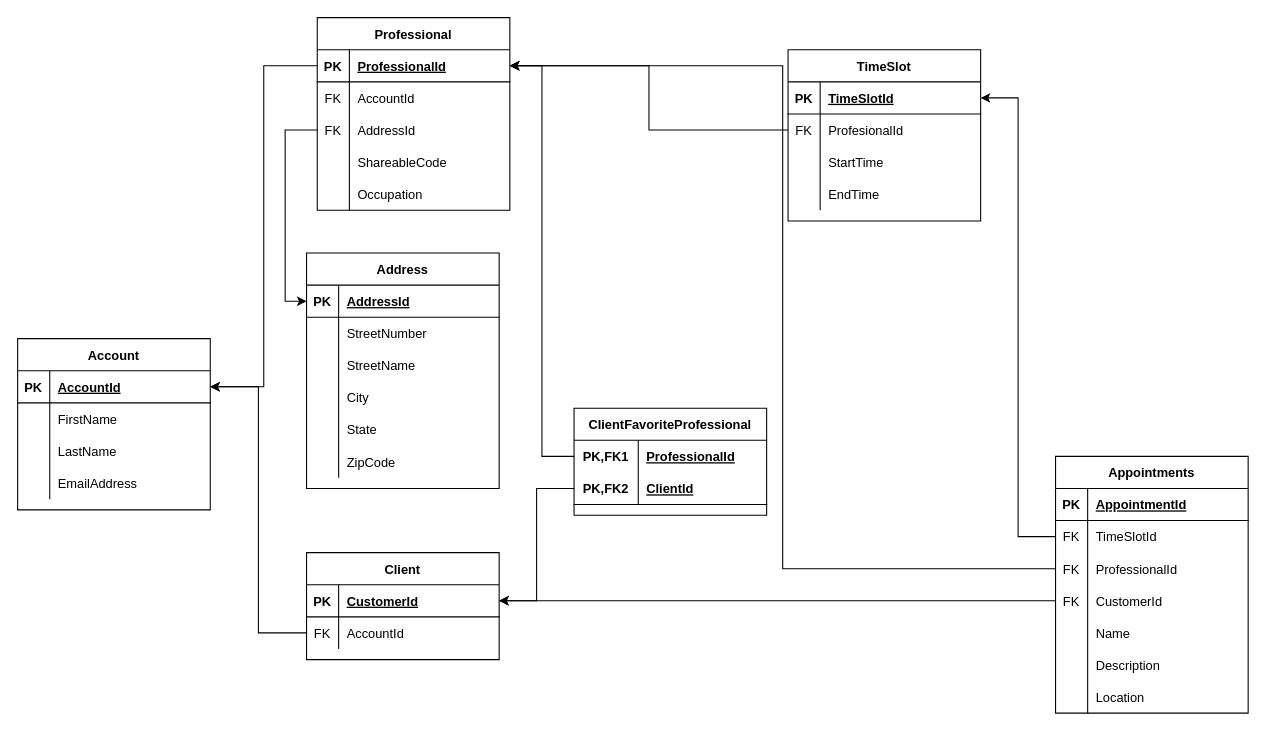
jeremiahbrandt/Appointment-Scheduler-UML keeps this draw.io diagram as Database.drawio. Above is the earlier version. Source tidied: cells renumbered, new cells numbered last; positions are measured from the earlier drawing's top-left corner, leaving out a move shared by most shapes. Both pictures are drawn from the tidied source at 107%, with x=0, y=0 at pixel (17, 17).
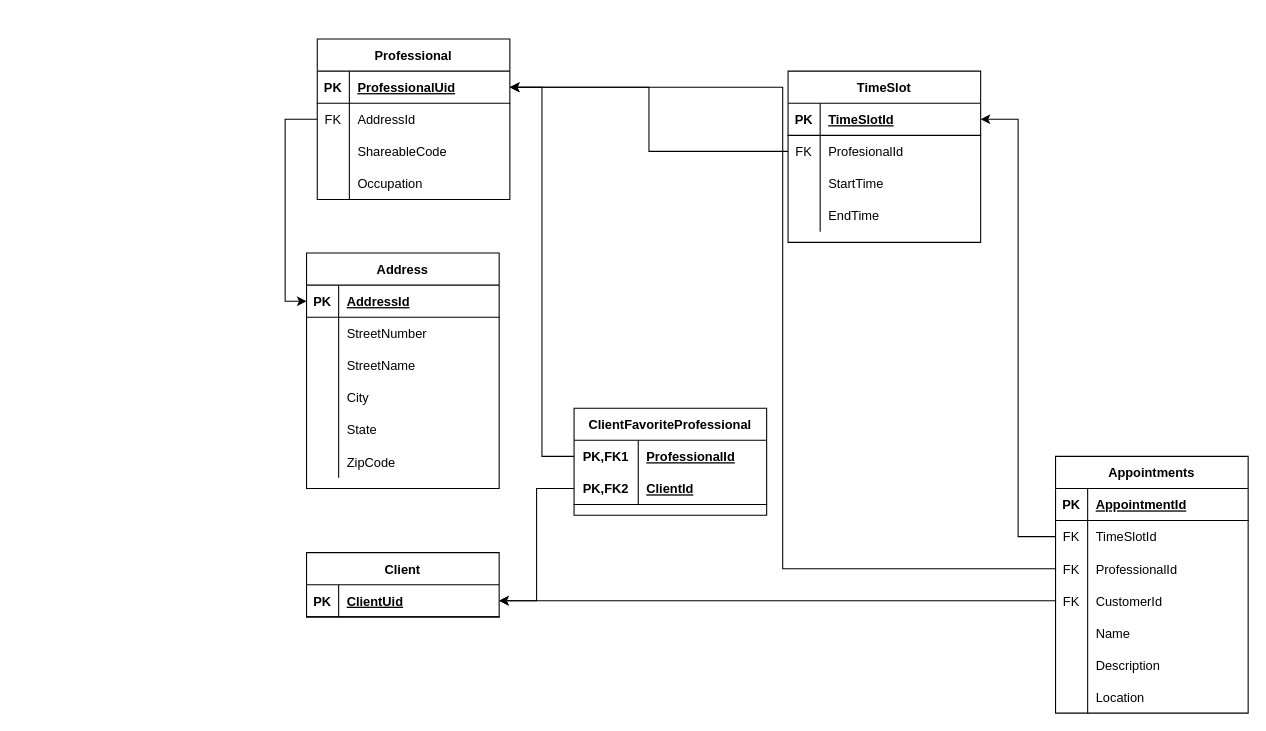
The same page after the edit.

Commit message:
Updated database diagram

The change refers to these unchanged cells:
```xml
<mxCell id="39" style="shape=partialRectangle;fillColor=none;top=0;left=0;bottom=1;right=0;points=[[0,0.5],[1,0.5]];portConstraint=eastwest;" parent="38" vertex="1">
  <mxGeometry y="30" width="180" height="30" as="geometry" />
</mxCell>
<mxCell id="47" style="shape=partialRectangle;fillColor=none;top=0;left=0;bottom=1;right=0;points=[[0,0.5],[1,0.5]];portConstraint=eastwest;" parent="46" vertex="1">
  <mxGeometry y="30" width="180" height="30" as="geometry" />
</mxCell>
```

Change to the diagram source:
```diff
@@
-    <mxCell id="24" value="Account" style="shape=table;startSize=30;childLayout=tableLayout;rowLines=0;fontStyle=1;align=center;" parent="1" vertex="1">
-      <mxGeometry y="300" width="180" height="160" as="geometry" />
-    </mxCell>
-    <mxCell id="25" style="shape=partialRectangle;fillColor=none;top=0;left=0;bottom=1;right=0;points=[[0,0.5],[1,0.5]];portConstraint=eastwest;" parent="24" vertex="1">
-      <mxGeometry y="30" width="180" height="30" as="geometry" />
-    </mxCell>
-    <mxCell id="26" value="PK" style="shape=partialRectangle;fillColor=none;top=0;left=0;bottom=0;right=0;fontStyle=1;overflow=hidden;" parent="25" vertex="1">
-      <mxGeometry width="30" height="30" as="geometry" />
-    </mxCell>
-    <mxCell id="27" value="AccountId" style="shape=partialRectangle;fillColor=none;top=0;left=0;bottom=0;right=0;align=left;spacingLeft=6;fontStyle=5;overflow=hidden;" parent="25" vertex="1">
-      <mxGeometry x="30" width="150" height="30" as="geometry" />
-    </mxCell>
-    <mxCell id="28" style="shape=partialRectangle;fillColor=none;top=0;left=0;bottom=0;right=0;" parent="24" vertex="1">
-      <mxGeometry y="60" width="180" height="30" as="geometry" />
-    </mxCell>
-    <mxCell id="29" style="shape=partialRectangle;fillColor=none;top=0;left=0;bottom=0;right=0;overflow=hidden;" parent="28" vertex="1">
-      <mxGeometry width="30" height="30" as="geometry" />
-    </mxCell>
-    <mxCell id="30" value="FirstName" style="shape=partialRectangle;fillColor=none;top=0;left=0;bottom=0;right=0;align=left;spacingLeft=6;overflow=hidden;" parent="28" vertex="1">
-      <mxGeometry x="30" width="150" height="30" as="geometry" />
-    </mxCell>
-    <mxCell id="31" style="shape=partialRectangle;fillColor=none;top=0;left=0;bottom=0;right=0;" parent="24" vertex="1">
-      <mxGeometry y="90" width="180" height="30" as="geometry" />
-    </mxCell>
-    <mxCell id="32" style="shape=partialRectangle;fillColor=none;top=0;left=0;bottom=0;right=0;overflow=hidden;" parent="31" vertex="1">
-      <mxGeometry width="30" height="30" as="geometry" />
-    </mxCell>
-    <mxCell id="33" value="LastName" style="shape=partialRectangle;fillColor=none;top=0;left=0;bottom=0;right=0;align=left;spacingLeft=6;overflow=hidden;" parent="31" vertex="1">
-      <mxGeometry x="30" width="150" height="30" as="geometry" />
-    </mxCell>
-    <mxCell id="34" style="shape=partialRectangle;fillColor=none;top=0;left=0;bottom=0;right=0;" parent="24" vertex="1">
-      <mxGeometry y="120" width="180" height="30" as="geometry" />
-    </mxCell>
-    <mxCell id="35" style="shape=partialRectangle;fillColor=none;top=0;left=0;bottom=0;right=0;overflow=hidden;" parent="34" vertex="1">
-      <mxGeometry width="30" height="30" as="geometry" />
-    </mxCell>
-    <mxCell id="36" value="EmailAddress" style="shape=partialRectangle;fillColor=none;top=0;left=0;bottom=0;right=0;align=left;spacingLeft=6;overflow=hidden;" parent="34" vertex="1">
-      <mxGeometry x="30" width="150" height="30" as="geometry" />
-    </mxCell>
@@
     <mxCell id="38" value="Client" style="shape=table;startSize=30;childLayout=tableLayout;rowLines=0;fontStyle=1;align=center;" parent="1" vertex="1">
-      <mxGeometry x="270" y="500" width="180" height="100" as="geometry" />
+      <mxGeometry x="270" y="500" width="180" height="60" as="geometry" />
     </mxCell>
@@
-    <mxCell id="41" value="CustomerId" style="shape=partialRectangle;fillColor=none;top=0;left=0;bottom=0;right=0;align=left;spacingLeft=6;fontStyle=5;overflow=hidden;" parent="39" vertex="1">
+    <mxCell id="41" value="ClientUid" style="shape=partialRectangle;fillColor=none;top=0;left=0;bottom=0;right=0;align=left;spacingLeft=6;fontStyle=5;overflow=hidden;" parent="39" vertex="1">
       <mxGeometry x="30" width="150" height="30" as="geometry" />
     </mxCell>
-    <mxCell id="42" style="shape=partialRectangle;fillColor=none;top=0;left=0;bottom=0;right=0;points=[[0,0.5],[1,0.5]];portConstraint=eastwest;" parent="38" vertex="1">
-      <mxGeometry y="60" width="180" height="30" as="geometry" />
-    </mxCell>
-    <mxCell id="43" value="FK" style="shape=partialRectangle;fillColor=none;top=0;left=0;bottom=0;right=0;fontStyle=0;overflow=hidden;" parent="42" vertex="1">
-      <mxGeometry width="30" height="30" as="geometry" />
-    </mxCell>
-    <mxCell id="44" value="AccountId" style="shape=partialRectangle;fillColor=none;top=0;left=0;bottom=0;right=0;align=left;spacingLeft=6;fontStyle=0;overflow=hidden;" parent="42" vertex="1">
-      <mxGeometry x="30" width="150" height="30" as="geometry" />
-    </mxCell>
-    <mxCell id="45" style="edgeStyle=orthogonalEdgeStyle;rounded=0;jettySize=auto;html=1;" parent="1" edge="1" source="42" target="25">
-      <mxGeometry relative="1" as="geometry" />
-    </mxCell>
     <mxCell id="46" value="Professional" style="shape=table;startSize=30;childLayout=tableLayout;rowLines=0;fontStyle=1;align=center;" parent="1" vertex="1">
-      <mxGeometry x="280" width="180" height="180" as="geometry" />
+      <mxGeometry x="280" y="20" width="180" height="150" as="geometry" />
     </mxCell>
@@
-    <mxCell id="49" value="ProfessionalId" style="shape=partialRectangle;fillColor=none;top=0;left=0;bottom=0;right=0;align=left;spacingLeft=6;fontStyle=5;overflow=hidden;" parent="47" vertex="1">
+    <mxCell id="49" value="ProfessionalUid" style="shape=partialRectangle;fillColor=none;top=0;left=0;bottom=0;right=0;align=left;spacingLeft=6;fontStyle=5;overflow=hidden;" parent="47" vertex="1">
       <mxGeometry x="30" width="150" height="30" as="geometry" />
     </mxCell>
-    <mxCell id="50" style="shape=partialRectangle;fillColor=none;top=0;left=0;bottom=0;right=0;" parent="46" vertex="1">
-      <mxGeometry y="60" width="180" height="30" as="geometry" />
-    </mxCell>
-    <mxCell id="51" value="FK" style="shape=partialRectangle;fillColor=none;top=0;left=0;bottom=0;right=0;fontStyle=0;overflow=hidden;" parent="50" vertex="1">
-      <mxGeometry width="30" height="30" as="geometry" />
-    </mxCell>
-    <mxCell id="52" value="AccountId" style="shape=partialRectangle;fillColor=none;top=0;left=0;bottom=0;right=0;align=left;spacingLeft=6;fontStyle=0;overflow=hidden;" parent="50" vertex="1">
-      <mxGeometry x="30" width="150" height="30" as="geometry" />
-    </mxCell>
     <mxCell id="53" style="shape=partialRectangle;fillColor=none;top=0;left=0;bottom=0;right=0;points=[[0,0.5],[1,0.5]];portConstraint=eastwest;" parent="46" vertex="1">
-      <mxGeometry y="90" width="180" height="30" as="geometry" />
+      <mxGeometry y="60" width="180" height="30" as="geometry" />
     </mxCell>
@@
     <mxCell id="56" style="shape=partialRectangle;fillColor=none;top=0;left=0;bottom=0;right=0;" parent="46" vertex="1">
-      <mxGeometry y="120" width="180" height="30" as="geometry" />
+      <mxGeometry y="90" width="180" height="30" as="geometry" />
     </mxCell>
@@
     <mxCell id="59" style="shape=partialRectangle;fillColor=none;top=0;left=0;bottom=0;right=0;" parent="46" vertex="1">
-      <mxGeometry y="150" width="180" height="30" as="geometry" />
+      <mxGeometry y="120" width="180" height="30" as="geometry" />
     </mxCell>
@@
-    <mxCell id="63" style="edgeStyle=orthogonalEdgeStyle;rounded=0;jettySize=auto;html=1;" parent="1" edge="1" source="47" target="25">
-      <mxGeometry relative="1" as="geometry" />
-    </mxCell>
     <mxCell id="64" value="TimeSlot" style="shape=table;startSize=30;childLayout=tableLayout;rowLines=0;fontStyle=1;align=center;" parent="1" vertex="1">
-      <mxGeometry x="720" y="30" width="180" height="160" as="geometry" />
+      <mxGeometry x="720" y="50" width="180" height="160" as="geometry" />
     </mxCell>
```
